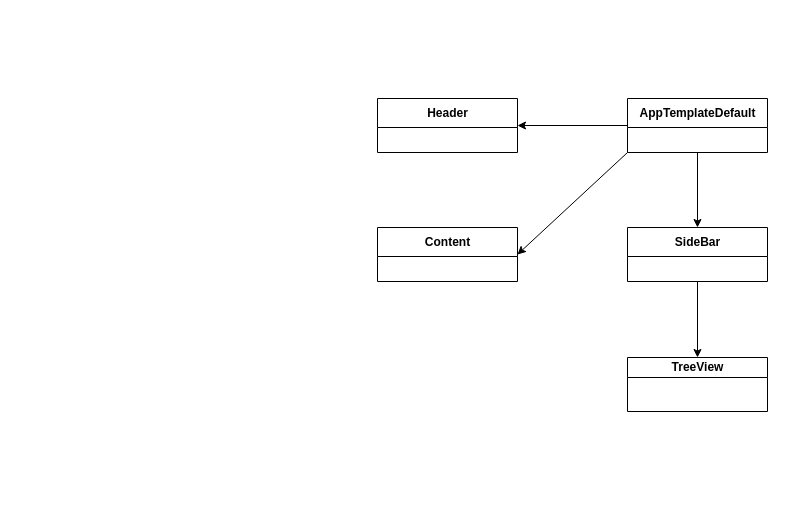
anara13/TreeView keeps this draw.io diagram as docs/schemaComposantsTreeView.drawio. Above is the earlier version. Source tidied: cells renumbered, new cells numbered last; positions are measured from the earlier drawing's top-left corner, leaving out a move shared by most shapes. Both pictures are drawn from the tidied source at 100%, with x=0, y=0 at pixel (377, 98).
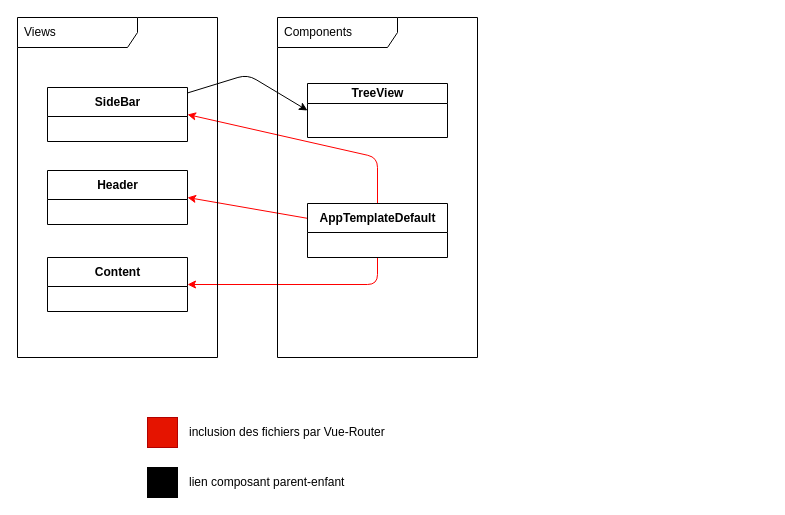
Above is the later version.

Commit message (it also covers changes not shown here):
Modifications du rapport et du schéma

The edit, as a diff of the source:
```diff
@@
     <mxCell id="2" value="Content" style="swimlane;fontStyle=1;align=center;verticalAlign=middle;horizontal=1;startSize=29;html=1;" parent="1" vertex="1">
-      <mxGeometry y="129" width="140" height="54" as="geometry" />
+      <mxGeometry x="-330" y="159" width="140" height="54" as="geometry" />
     </mxCell>
-    <mxCell id="3" style="edgeStyle=none;html=1;entryX=0.5;entryY=0;entryDx=0;entryDy=0;" parent="1" edge="1" source="4" target="6">
-      <mxGeometry relative="1" as="geometry" />
+    <mxCell id="3" style="edgeStyle=none;html=1;entryX=0;entryY=0.5;entryDx=0;entryDy=0;fillColor=#e51400;strokeColor=#000000;" parent="1" edge="1" source="4" target="6">
+      <mxGeometry relative="1" as="geometry">
+        <Array as="points">
+          <mxPoint x="-130" y="-24" />
+        </Array>
+      </mxGeometry>
     </mxCell>
     <mxCell id="4" value="SideBar" style="swimlane;fontStyle=1;align=center;verticalAlign=middle;horizontal=1;startSize=29;html=1;" parent="1" vertex="1">
-      <mxGeometry x="250" y="129" width="140" height="54" as="geometry" />
+      <mxGeometry x="-330" y="-11" width="140" height="54" as="geometry" />
     </mxCell>
     <mxCell id="5" value="Header" style="swimlane;fontStyle=1;align=center;verticalAlign=middle;horizontal=1;startSize=29;html=1;" parent="1" vertex="1">
-      <mxGeometry width="140" height="54" as="geometry" />
+      <mxGeometry x="-330" y="72" width="140" height="54" as="geometry" />
     </mxCell>
     <mxCell id="6" value="TreeView" style="swimlane;fontStyle=1;align=center;verticalAlign=middle;horizontal=1;startSize=20;html=1;" parent="1" vertex="1">
-      <mxGeometry x="250" y="259" width="140" height="54" as="geometry" />
+      <mxGeometry x="-70" y="-15" width="140" height="54" as="geometry" />
     </mxCell>
-    <mxCell id="7" style="edgeStyle=none;html=1;entryX=1;entryY=0.5;entryDx=0;entryDy=0;" parent="1" edge="1" source="10" target="5">
+    <mxCell id="7" style="edgeStyle=none;html=1;entryX=1;entryY=0.5;entryDx=0;entryDy=0;strokeColor=#FF0000;" parent="1" edge="1" source="10" target="5">
       <mxGeometry relative="1" as="geometry" />
     </mxCell>
-    <mxCell id="8" style="edgeStyle=none;html=1;entryX=1;entryY=0.5;entryDx=0;entryDy=0;exitX=0;exitY=1;exitDx=0;exitDy=0;" parent="1" edge="1" source="10" target="2">
-      <mxGeometry relative="1" as="geometry" />
+    <mxCell id="8" style="edgeStyle=none;html=1;entryX=1;entryY=0.5;entryDx=0;entryDy=0;exitX=0.5;exitY=1;exitDx=0;exitDy=0;strokeColor=#FF0000;" parent="1" edge="1" source="10" target="2">
+      <mxGeometry relative="1" as="geometry">
+        <Array as="points">
+          <mxPoint y="186" />
+        </Array>
+      </mxGeometry>
     </mxCell>
-    <mxCell id="9" style="edgeStyle=none;html=1;entryX=0.5;entryY=0;entryDx=0;entryDy=0;" parent="1" edge="1" source="10" target="4">
-      <mxGeometry relative="1" as="geometry" />
+    <mxCell id="9" style="edgeStyle=none;html=1;entryX=1;entryY=0.5;entryDx=0;entryDy=0;strokeColor=#FF0000;startArrow=none;exitX=0.5;exitY=0;exitDx=0;exitDy=0;" parent="1" edge="1" source="10" target="4">
+      <mxGeometry relative="1" as="geometry">
+        <Array as="points">
+          <mxPoint y="59" />
+        </Array>
+      </mxGeometry>
     </mxCell>
     <mxCell id="10" value="AppTemplateDefault" style="swimlane;fontStyle=1;align=center;verticalAlign=middle;horizontal=1;startSize=29;html=1;" parent="1" vertex="1">
-      <mxGeometry x="250" width="140" height="54" as="geometry" />
+      <mxGeometry x="-70" y="105" width="140" height="54" as="geometry" />
     </mxCell>
+    <mxCell id="11" style="rounded=0;whiteSpace=wrap;html=1;fillColor=#e51400;fontColor=#ffffff;strokeColor=#B20000;" parent="1" vertex="1">
+      <mxGeometry x="-230" y="319" width="30" height="30" as="geometry" />
+    </mxCell>
+    <mxCell id="12" value="inclusion des fichiers par Vue-Router" style="text;html=1;align=left;verticalAlign=middle;strokeColor=none;fillColor=none;" parent="1" vertex="1">
+      <mxGeometry x="-190" y="319" width="220" height="30" as="geometry" />
+    </mxCell>
+    <mxCell id="13" style="rounded=0;whiteSpace=wrap;html=1;fillColor=#000000;fontColor=#ffffff;strokeColor=#000000;" parent="1" vertex="1">
+      <mxGeometry x="-230" y="369" width="30" height="30" as="geometry" />
+    </mxCell>
+    <mxCell id="14" value="lien composant parent-enfant" style="text;html=1;align=left;verticalAlign=middle;strokeColor=none;fillColor=none;" parent="1" vertex="1">
+      <mxGeometry x="-190" y="369" width="180" height="30" as="geometry" />
+    </mxCell>
+    <mxCell id="15" value="Components" style="shape=umlFrame;whiteSpace=wrap;html=1;width=120;height=30;boundedLbl=1;verticalAlign=middle;align=left;spacingLeft=5;" parent="1" vertex="1">
+      <mxGeometry x="-100" y="-81" width="200" height="340" as="geometry" />
+    </mxCell>
+    <mxCell id="16" value="Views" style="shape=umlFrame;whiteSpace=wrap;html=1;width=120;height=30;boundedLbl=1;verticalAlign=middle;align=left;spacingLeft=5;" parent="1" vertex="1">
+      <mxGeometry x="-360" y="-81" width="200" height="340" as="geometry" />
+    </mxCell>
```
